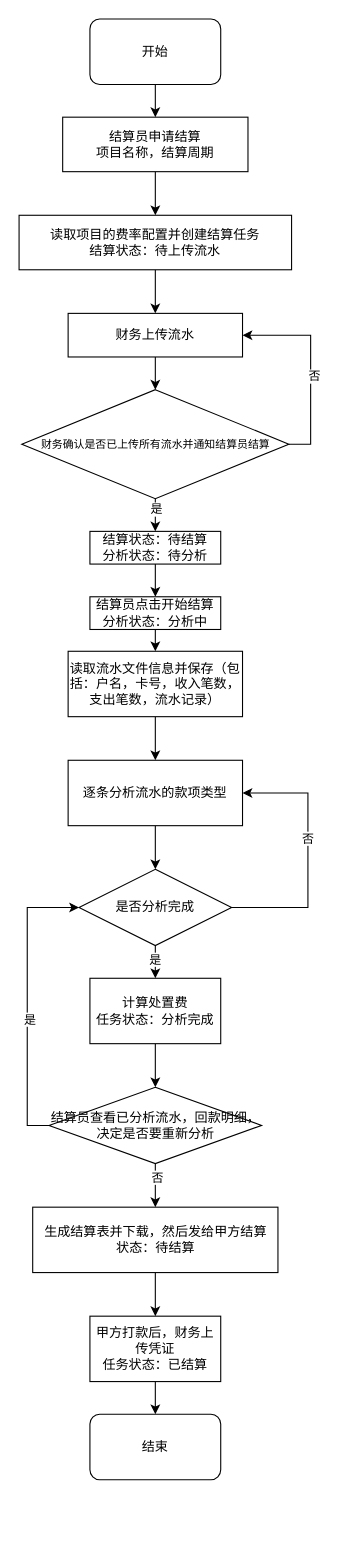
Above: 资管系统自营项目流水结算流程图.drawio in tangsiwen/tangsiwen (draw.io), before the change. Source tidied: cells renumbered, new cells numbered last; positions are measured from the earlier drawing's top-left corner, leaving out a move shared by most shapes. Both pictures are drawn from the tidied source at 109%, with x=0, y=0 at pixel (19, 19).
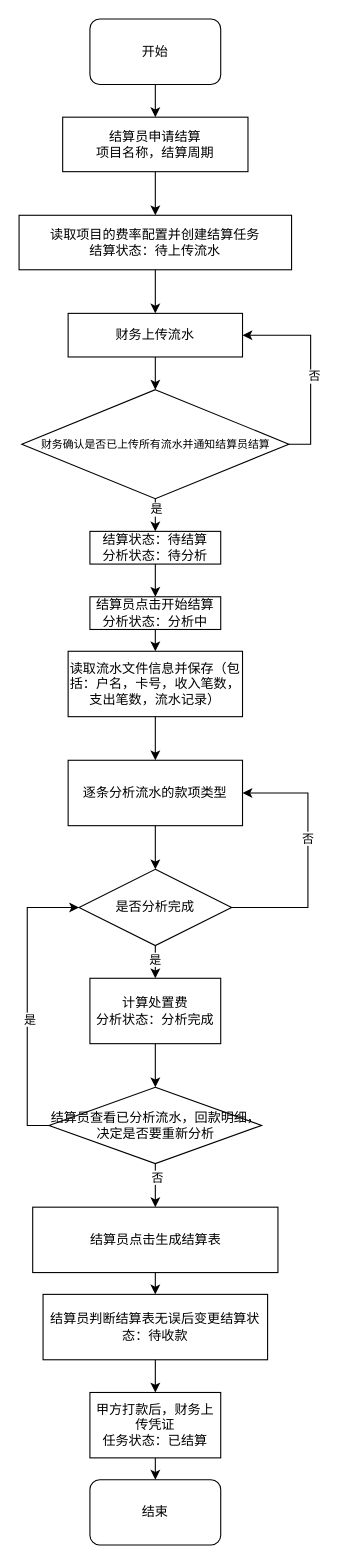
Above is the later version.

Commit message:
更新资管系统自营项目流水结算流程图.drawio

What changed in the source:
```diff
@@
-    <mxCell id="27" value="计算处置费&lt;br&gt;任务状态：分析完成" style="rounded=0;whiteSpace=wrap;html=1;" parent="1" vertex="1">
+    <mxCell id="27" value="计算处置费&lt;br&gt;分析状态：分析完成" style="rounded=0;whiteSpace=wrap;html=1;" parent="1" vertex="1">
       <mxGeometry x="65" y="880" width="120" height="60" as="geometry" />
     </mxCell>
@@
-    <mxCell id="33" style="edgeStyle=orthogonalEdgeStyle;rounded=0;jettySize=auto;html=1;exitX=0.5;exitY=1;exitDx=0;exitDy=0;entryX=0.5;entryY=0;entryDx=0;entryDy=0;" parent="1" edge="1" source="34" target="36">
-      <mxGeometry relative="1" as="geometry" />
-    </mxCell>
+    <mxCell id="40" style="edgeStyle=orthogonalEdgeStyle;rounded=0;jettySize=auto;html=1;exitX=0.5;exitY=1;exitDx=0;exitDy=0;entryX=0.5;entryY=0;entryDx=0;entryDy=0;" parent="1" edge="1" source="34" target="42">
+      <mxGeometry relative="1" as="geometry" />
+    </mxCell>
-    <mxCell id="34" value="生成结算表并下载，然后发给甲方结算&lt;br&gt;状态：待结算" style="rounded=0;whiteSpace=wrap;html=1;" parent="1" vertex="1">
+    <mxCell id="34" value="结算员点击生成结算表" style="rounded=0;whiteSpace=wrap;html=1;" parent="1" vertex="1">
       <mxGeometry x="12.5" y="1090" width="225" height="60" as="geometry" />
     </mxCell>
@@
     <mxCell id="36" value="甲方打款后，财务上传凭证&lt;br&gt;任务状态：已结算" style="rounded=0;whiteSpace=wrap;html=1;" parent="1" vertex="1">
-      <mxGeometry x="65" y="1190" width="120" height="60" as="geometry" />
+      <mxGeometry x="65" y="1260" width="120" height="60" as="geometry" />
     </mxCell>
@@
     <mxCell id="39" value="结束" style="rounded=1;whiteSpace=wrap;html=1;" parent="1" vertex="1">
-      <mxGeometry x="65" y="1280" width="120" height="60" as="geometry" />
+      <mxGeometry x="65" y="1340" width="120" height="60" as="geometry" />
     </mxCell>
+    <mxCell id="41" style="edgeStyle=orthogonalEdgeStyle;rounded=0;jettySize=auto;html=1;exitX=0.5;exitY=1;exitDx=0;exitDy=0;" parent="1" edge="1" source="42" target="36">
+      <mxGeometry relative="1" as="geometry" />
+    </mxCell>
+    <mxCell id="42" value="结算员判断结算表无误后变更结算状态：待收款" style="rounded=0;whiteSpace=wrap;html=1;" parent="1" vertex="1">
+      <mxGeometry x="22" y="1170" width="206" height="60" as="geometry" />
+    </mxCell>
```
